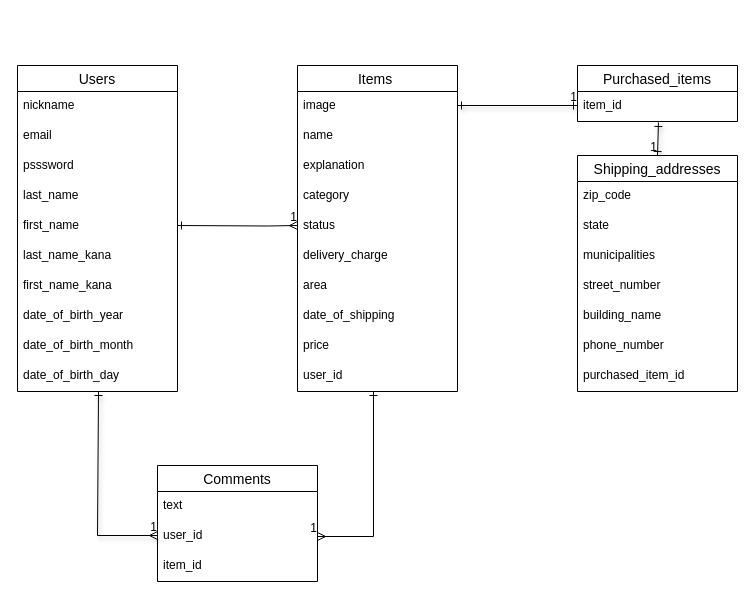
This is test.dio from YYYukiyamazakIII/furima-37384, a draw.io file, before an edit. Source tidied: cells renumbered, new cells numbered last; positions are measured from the earlier drawing's top-left corner, leaving out a move shared by most shapes. Both pictures are drawn from the tidied source at 100%, with x=0, y=0 at pixel (17, 65).
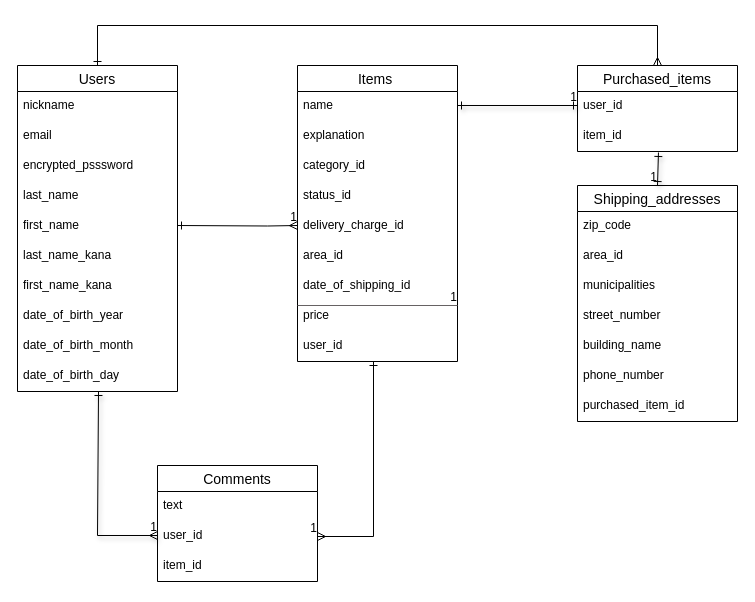
Above is the later version.

Commit message (it also covers changes not shown here):
README.mdとER図の修正

Unchanged cells that the change refers to:
```xml
<mxCell id="2" value="Users" style="swimlane;fontStyle=0;horizontal=1;startSize=26;align=center;fontSize=14;" parent="1" vertex="1">
  <mxGeometry width="160" height="326" as="geometry" />
</mxCell>
```

The edit, as a diff of the source:
```diff
@@
+    <mxCell id="48" style="edgeStyle=orthogonalEdgeStyle;html=1;exitX=0.5;exitY=0;exitDx=0;exitDy=0;shadow=0;fontColor=default;startArrow=ERone;startFill=0;endArrow=ERmany;endFill=0;strokeColor=default;entryX=0.5;entryY=0;entryDx=0;entryDy=0;rounded=0;" parent="1" edge="1" source="2" target="28">
+      <mxGeometry relative="1" as="geometry">
+        <Array as="points">
+          <mxPoint x="80" y="-40" />
+          <mxPoint x="640" y="-40" />
+        </Array>
+      </mxGeometry>
+    </mxCell>
@@
-    <mxCell id="5" value="psssword" style="text;spacingLeft=4;spacingRight=4;overflow=hidden;fontSize=12;" parent="2" vertex="1">
+    <mxCell id="5" value="encrypted_psssword" style="text;spacingLeft=4;spacingRight=4;overflow=hidden;fontSize=12;" parent="2" vertex="1">
       <mxGeometry y="86" width="160" height="30" as="geometry" />
     </mxCell>
@@
     <mxCell id="17" value="Items " style="swimlane;fontStyle=0;horizontal=1;startSize=26;align=center;fontSize=14;" parent="1" vertex="1">
-      <mxGeometry x="280" width="160" height="326" as="geometry" />
+      <mxGeometry x="280" width="160" height="296" as="geometry" />
     </mxCell>
-    <mxCell id="18" value="image  " style="text;spacingLeft=4;spacingRight=4;overflow=hidden;fontSize=12;" parent="17" vertex="1">
-      <mxGeometry y="26" width="160" height="30" as="geometry" />
-    </mxCell>
     <mxCell id="19" value="name" style="text;spacingLeft=4;spacingRight=4;overflow=hidden;fontSize=12;" parent="17" vertex="1">
-      <mxGeometry y="56" width="160" height="30" as="geometry" />
+      <mxGeometry y="26" width="160" height="30" as="geometry" />
     </mxCell>
     <mxCell id="20" value="explanation" style="text;spacingLeft=4;spacingRight=4;overflow=hidden;fontSize=12;" parent="17" vertex="1">
-      <mxGeometry y="86" width="160" height="30" as="geometry" />
+      <mxGeometry y="56" width="160" height="30" as="geometry" />
     </mxCell>
-    <mxCell id="21" value="category" style="text;spacingLeft=4;spacingRight=4;overflow=hidden;fontSize=12;" parent="17" vertex="1">
-      <mxGeometry y="116" width="160" height="30" as="geometry" />
+    <mxCell id="21" value="category_id" style="text;spacingLeft=4;spacingRight=4;overflow=hidden;fontSize=12;" parent="17" vertex="1">
+      <mxGeometry y="86" width="160" height="30" as="geometry" />
     </mxCell>
-    <mxCell id="22" value="status" style="text;spacingLeft=4;spacingRight=4;overflow=hidden;fontSize=12;" parent="17" vertex="1">
-      <mxGeometry y="146" width="160" height="30" as="geometry" />
+    <mxCell id="22" value="status_id" style="text;spacingLeft=4;spacingRight=4;overflow=hidden;fontSize=12;" parent="17" vertex="1">
+      <mxGeometry y="116" width="160" height="30" as="geometry" />
     </mxCell>
-    <mxCell id="23" value="delivery_charge" style="text;spacingLeft=4;spacingRight=4;overflow=hidden;fontSize=12;" parent="17" vertex="1">
-      <mxGeometry y="176" width="160" height="30" as="geometry" />
+    <mxCell id="23" value="delivery_charge_id" style="text;spacingLeft=4;spacingRight=4;overflow=hidden;fontSize=12;" parent="17" vertex="1">
+      <mxGeometry y="146" width="160" height="30" as="geometry" />
     </mxCell>
-    <mxCell id="24" value="area" style="text;spacingLeft=4;spacingRight=4;overflow=hidden;fontSize=12;" parent="17" vertex="1">
-      <mxGeometry y="206" width="160" height="30" as="geometry" />
+    <mxCell id="24" value="area_id" style="text;spacingLeft=4;spacingRight=4;overflow=hidden;fontSize=12;" parent="17" vertex="1">
+      <mxGeometry y="176" width="160" height="30" as="geometry" />
     </mxCell>
-    <mxCell id="25" value="date_of_shipping" style="text;spacingLeft=4;spacingRight=4;overflow=hidden;fontSize=12;" parent="17" vertex="1">
-      <mxGeometry y="236" width="160" height="30" as="geometry" />
+    <mxCell id="25" value="date_of_shipping_id" style="text;spacingLeft=4;spacingRight=4;overflow=hidden;fontSize=12;" parent="17" vertex="1">
+      <mxGeometry y="206" width="160" height="30" as="geometry" />
     </mxCell>
     <mxCell id="26" value="price" style="text;spacingLeft=4;spacingRight=4;overflow=hidden;fontSize=12;" parent="17" vertex="1">
-      <mxGeometry y="266" width="160" height="30" as="geometry" />
+      <mxGeometry y="236" width="160" height="30" as="geometry" />
     </mxCell>
     <mxCell id="27" value="user_id" style="text;spacingLeft=4;spacingRight=4;overflow=hidden;points=[[0,0.5],[1,0.5]];portConstraint=eastwest;fontSize=12;" parent="17" vertex="1">
-      <mxGeometry y="296" width="160" height="30" as="geometry" />
+      <mxGeometry y="266" width="160" height="30" as="geometry" />
     </mxCell>
     <mxCell id="28" value="Purchased_items" style="swimlane;fontStyle=0;horizontal=1;startSize=26;align=center;fontSize=14;" parent="1" vertex="1">
-      <mxGeometry x="560" width="160" height="56" as="geometry" />
+      <mxGeometry x="560" width="160" height="86" as="geometry" />
     </mxCell>
+    <mxCell id="49" value="user_id" style="text;strokeColor=none;fillColor=none;spacingLeft=4;spacingRight=4;overflow=hidden;fontSize=12;fontColor=default;" parent="28" vertex="1">
+      <mxGeometry y="26" width="160" height="30" as="geometry" />
+    </mxCell>
     <mxCell id="29" value="item_id" style="text;spacingLeft=4;spacingRight=4;overflow=hidden;points=[[0,0.5],[1,0.5]];portConstraint=eastwest;fontSize=12;" parent="28" vertex="1">
-      <mxGeometry y="26" width="160" height="30" as="geometry" />
+      <mxGeometry y="56" width="160" height="30" as="geometry" />
     </mxCell>
     <mxCell id="30" value="Shipping_addresses" style="swimlane;fontStyle=0;horizontal=1;startSize=26;align=center;fontSize=14;fillColor=default;strokeColor=default;fontColor=default;" parent="1" vertex="1">
-      <mxGeometry x="560" y="90" width="160" height="236" as="geometry" />
+      <mxGeometry x="560" y="120" width="160" height="236" as="geometry" />
     </mxCell>
@@
-    <mxCell id="32" value="state" style="text;spacingLeft=4;spacingRight=4;overflow=hidden;fontSize=12;" parent="30" vertex="1">
+    <mxCell id="32" value="area_id" style="text;spacingLeft=4;spacingRight=4;overflow=hidden;fontSize=12;" parent="30" vertex="1">
       <mxGeometry y="56" width="160" height="30" as="geometry" />
     </mxCell>
@@
+    <mxCell id="50" style="endArrow=none;html=1;rounded=0;shadow=0;fontColor=default;strokeColor=#666263;" parent="1" edge="1">
+      <mxGeometry relative="1" as="geometry">
+        <mxPoint x="280" y="240" as="sourcePoint" />
+        <mxPoint x="440" y="240" as="targetPoint" />
+      </mxGeometry>
+    </mxCell>
+    <mxCell id="51" value="1" style="html=1;align=right;verticalAlign=bottom;fontColor=default;strokeColor=default;fillColor=default;" parent="50" vertex="1">
+      <mxGeometry x="1" relative="1" as="geometry" />
+    </mxCell>
```
